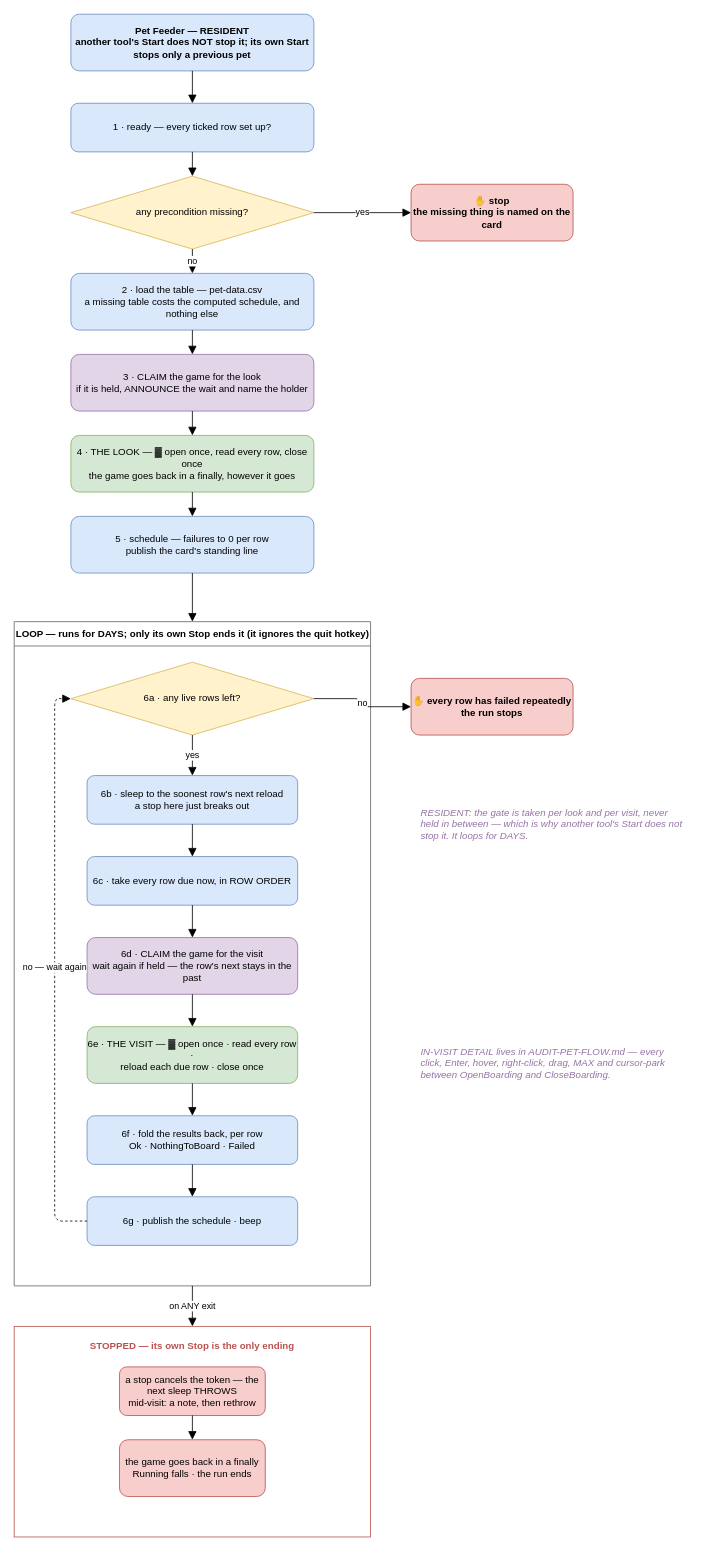
keikeiiu/seal-tools keeps this draw.io diagram as v2/docs/diagrams/pet-flow.drawio. Above is the earlier version. Source tidied: cells renumbered, new cells numbered last; positions are measured from the earlier drawing's top-left corner, leaving out a move shared by most shapes. Both pictures are drawn from the tidied source at 81%, with x=0, y=0 at pixel (14, 14).
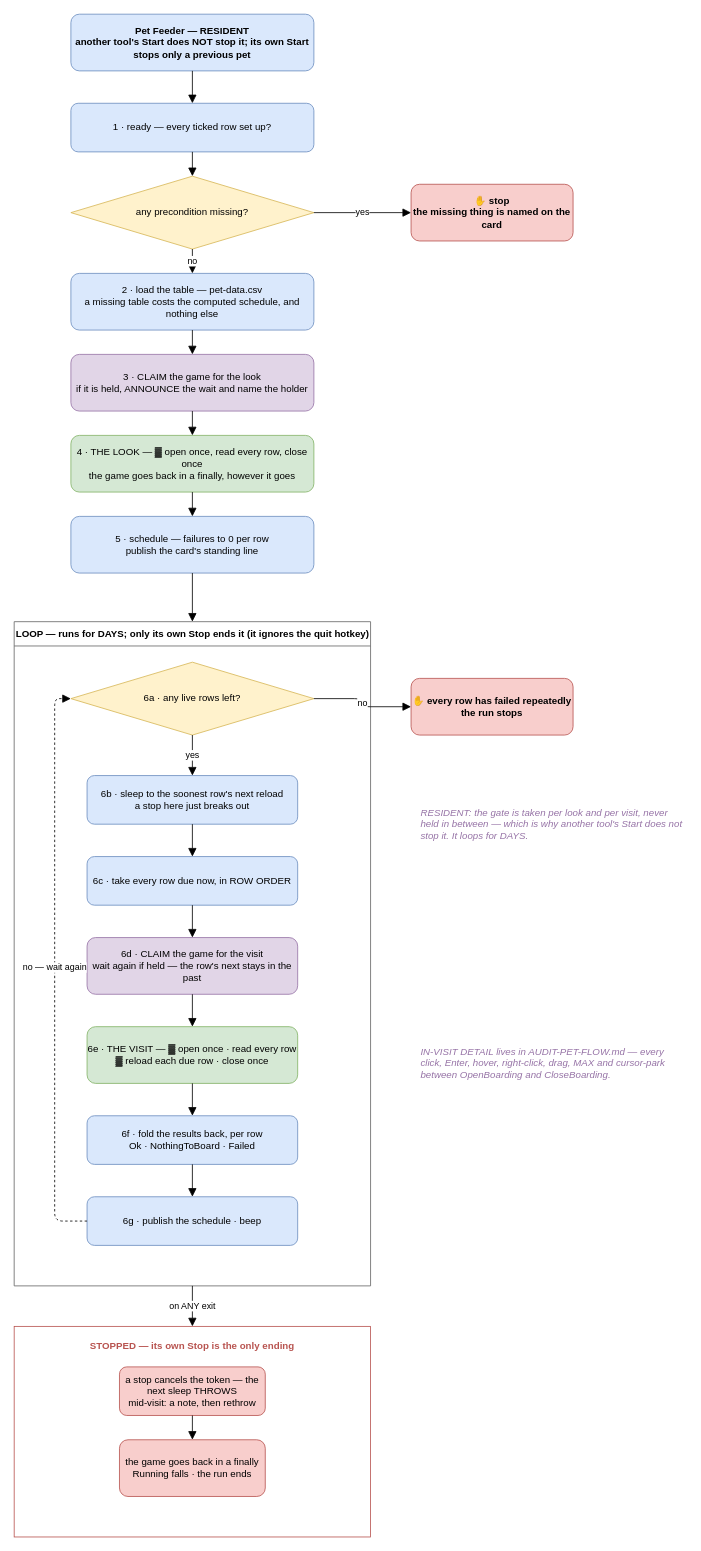
After the change.

Commit message (it also covers changes not shown here):
docs(diagrams): rendered, and the two defects rendering found

Unchanged cells that the change refers to:
```xml
<mxCell id="10" value="LOOP — runs for DAYS; only its own Stop ends it (it ignores the quit hotkey)" style="swimlane;startSize=30;html=1;fillColor=none;strokeColor=#666666;fontStyle=1;" parent="1" vertex="1">
  <mxGeometry y="750" width="440" height="820" as="geometry" />
</mxCell>
```

The edit, as a diff of the source:
```diff
@@
-    <mxCell id="15" value="6e · THE VISIT — ▓ open once · read every row ·&#10;reload each due row · close once" style="rounded=1;whiteSpace=wrap;html=1;fillColor=#d5e8d4;strokeColor=#82b366;" parent="10" vertex="1">
+    <mxCell id="15" value="6e · THE VISIT — ▓ open once · read every row&#10;▓ reload each due row · close once" style="rounded=1;whiteSpace=wrap;html=1;fillColor=#d5e8d4;strokeColor=#82b366;" parent="10" vertex="1">
       <mxGeometry x="90" y="500" width="260" height="70" as="geometry" />
     </mxCell>
```
